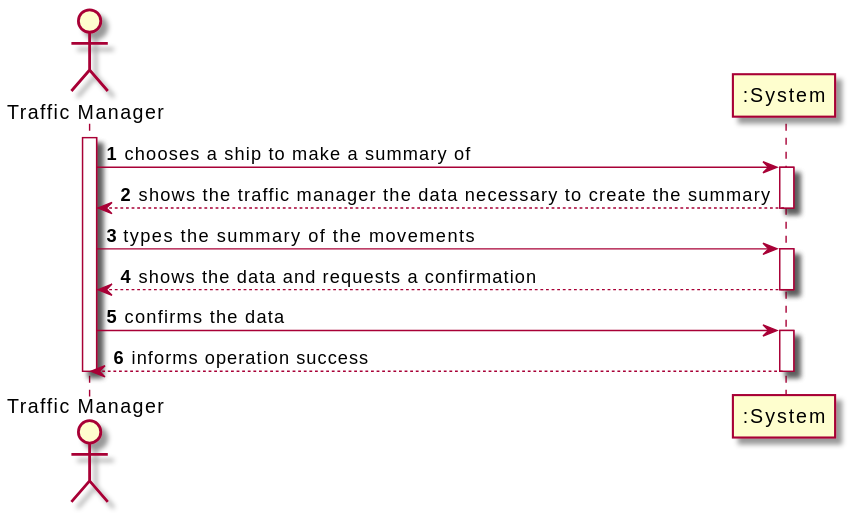
Above: docs/US104/US104_SSD.svg in RuiRioPina/CargoMaster (PlantUML), before the change.
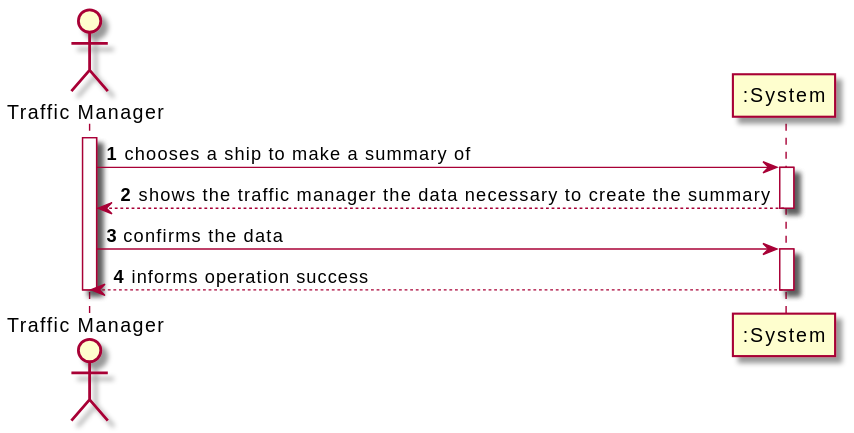
After the commit.

Commit message:
<G76-46>  #comment [US104] small changes to diagrams and changes to the readme.md file [Design]

The edit, as a diff of the source:
```diff
@@ -8,11 +8,6 @@
 ":System" --> TM : shows the traffic manager the data necessary to create the summary
 deactivate ":System"
 
-TM -> ":System" : types the summary of the movements
-activate ":System"
-":System" --> TM : shows the data and requests a confirmation
-deactivate ":System"
-
 TM -> ":System" : confirms the data
 activate ":System"
 ":System" --> TM : informs operation success
```
